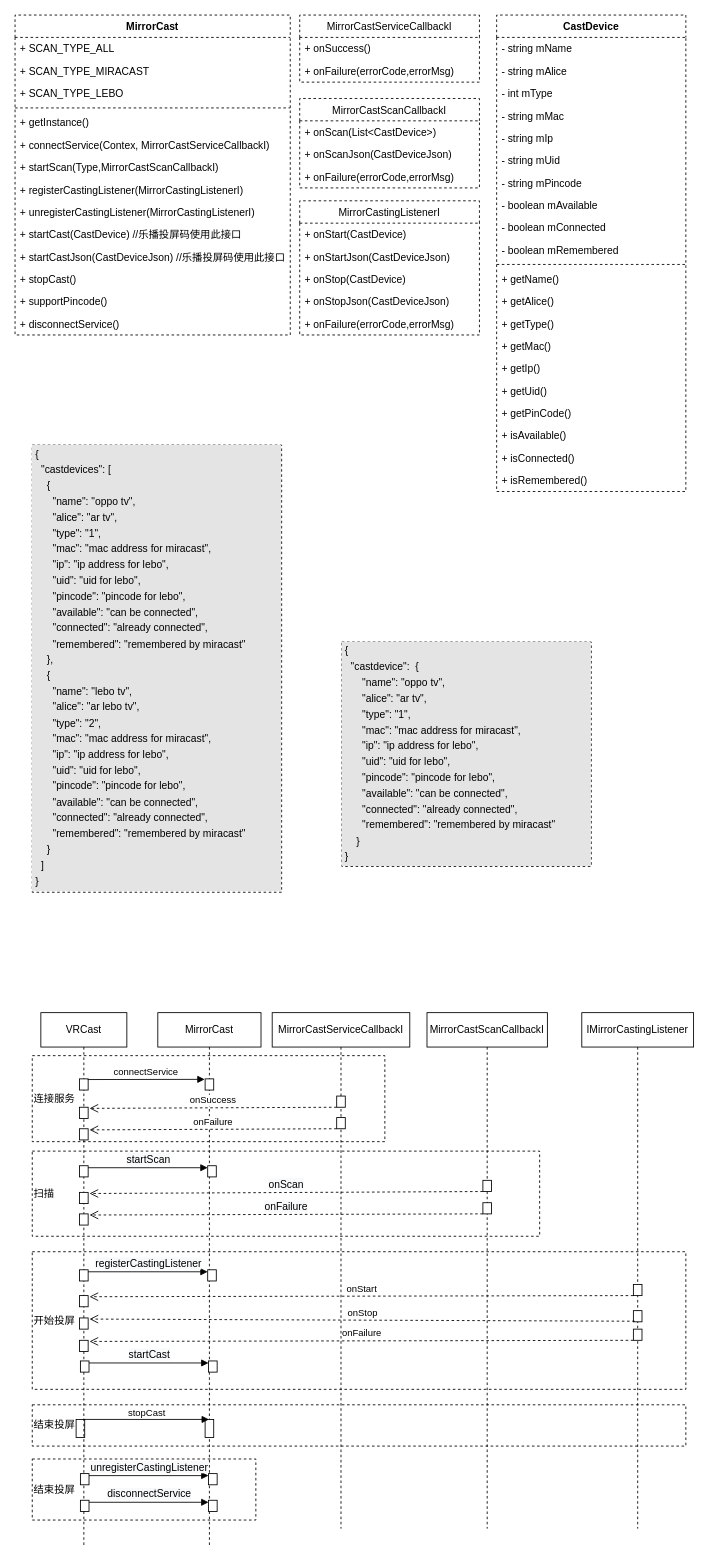
Earlier version of the draw.io diagram page "VR" (3 of 4) of cast.drawio (Sejutor/visio). Source tidied: cells renumbered, new cells numbered last; positions are measured from the earlier drawing's top-left corner, leaving out a move shared by most shapes. Both pictures are drawn from the tidied source at 86%, with x=0, y=0 at pixel (15, 15).
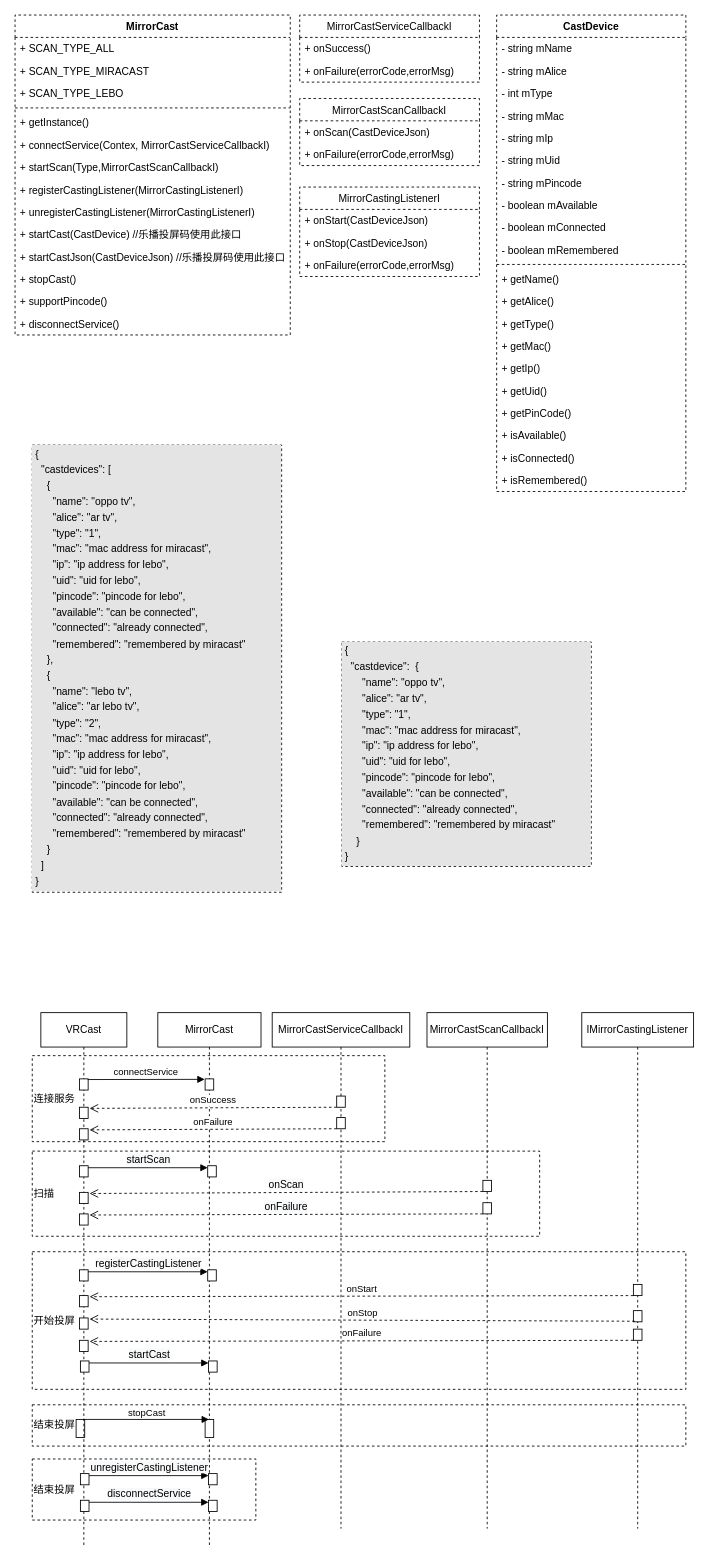
The same diagram, later.

Change to the diagram source:
```diff
@@
     <mxCell id="44" value="MirrorCastScanCallbackI" style="swimlane;fontStyle=0;horizontal=1;startSize=26;fillColor=none;dashed=1;" parent="1" vertex="1">
-      <mxGeometry x="331" y="97" width="209" height="104" as="geometry" />
+      <mxGeometry x="331" y="97" width="209" height="78" as="geometry" />
     </mxCell>
-    <mxCell id="45" value="+ onScan(List&lt;CastDevice&gt;)" style="text;strokeColor=none;fillColor=none;align=left;verticalAlign=top;spacingLeft=4;spacingRight=4;overflow=hidden;dashed=1;" parent="44" vertex="1">
+    <mxCell id="45" value="+ onScan(CastDeviceJson)" style="text;strokeColor=none;fillColor=none;align=left;verticalAlign=top;spacingLeft=4;spacingRight=4;overflow=hidden;dashed=1;" parent="44" vertex="1">
       <mxGeometry y="26" width="209" height="26" as="geometry" />
     </mxCell>
-    <mxCell id="46" value="+ onScanJson(CastDeviceJson)" style="text;strokeColor=none;fillColor=none;align=left;verticalAlign=top;spacingLeft=4;spacingRight=4;overflow=hidden;dashed=1;" parent="44" vertex="1">
-      <mxGeometry y="52" width="209" height="26" as="geometry" />
-    </mxCell>
     <mxCell id="47" value="+ onFailure(errorCode,errorMsg)" style="text;strokeColor=none;fillColor=none;align=left;verticalAlign=top;spacingLeft=4;spacingRight=4;overflow=hidden;dashed=1;" parent="44" vertex="1">
-      <mxGeometry y="78" width="209" height="26" as="geometry" />
+      <mxGeometry y="52" width="209" height="26" as="geometry" />
     </mxCell>
     <mxCell id="48" value="MirrorCastingListenerI" style="swimlane;fontStyle=0;horizontal=1;startSize=26;fillColor=none;dashed=1;" parent="1" vertex="1">
-      <mxGeometry x="331" y="216" width="209" height="156" as="geometry" />
+      <mxGeometry x="331" y="200" width="209" height="104" as="geometry" />
     </mxCell>
-    <mxCell id="49" value="+ onStart(CastDevice)" style="text;strokeColor=none;fillColor=none;align=left;verticalAlign=top;spacingLeft=4;spacingRight=4;overflow=hidden;dashed=1;" parent="48" vertex="1">
+    <mxCell id="49" value="+ onStart(CastDeviceJson)" style="text;strokeColor=none;fillColor=none;align=left;verticalAlign=top;spacingLeft=4;spacingRight=4;overflow=hidden;dashed=1;" parent="48" vertex="1">
       <mxGeometry y="26" width="209" height="26" as="geometry" />
     </mxCell>
-    <mxCell id="50" value="+ onStartJson(CastDeviceJson)" style="text;strokeColor=none;fillColor=none;align=left;verticalAlign=top;spacingLeft=4;spacingRight=4;overflow=hidden;dashed=1;" parent="48" vertex="1">
-      <mxGeometry y="52" width="209" height="26" as="geometry" />
-    </mxCell>
-    <mxCell id="51" value="+ onStop(CastDevice)" style="text;strokeColor=none;fillColor=none;align=left;verticalAlign=top;spacingLeft=4;spacingRight=4;overflow=hidden;dashed=1;" parent="48" vertex="1">
-      <mxGeometry y="78" width="209" height="26" as="geometry" />
+    <mxCell id="51" value="+ onStop(CastDeviceJson)" style="text;strokeColor=none;fillColor=none;align=left;verticalAlign=top;spacingLeft=4;spacingRight=4;overflow=hidden;dashed=1;" parent="48" vertex="1">
+      <mxGeometry y="52" width="209" height="26" as="geometry" />
     </mxCell>
-    <mxCell id="52" value="+ onStopJson(CastDeviceJson)" style="text;strokeColor=none;fillColor=none;align=left;verticalAlign=top;spacingLeft=4;spacingRight=4;overflow=hidden;dashed=1;" parent="48" vertex="1">
-      <mxGeometry y="104" width="209" height="26" as="geometry" />
-    </mxCell>
     <mxCell id="53" value="+ onFailure(errorCode,errorMsg)" style="text;strokeColor=none;fillColor=none;align=left;verticalAlign=top;spacingLeft=4;spacingRight=4;overflow=hidden;dashed=1;" parent="48" vertex="1">
-      <mxGeometry y="130" width="209" height="26" as="geometry" />
+      <mxGeometry y="78" width="209" height="26" as="geometry" />
     </mxCell>
```
